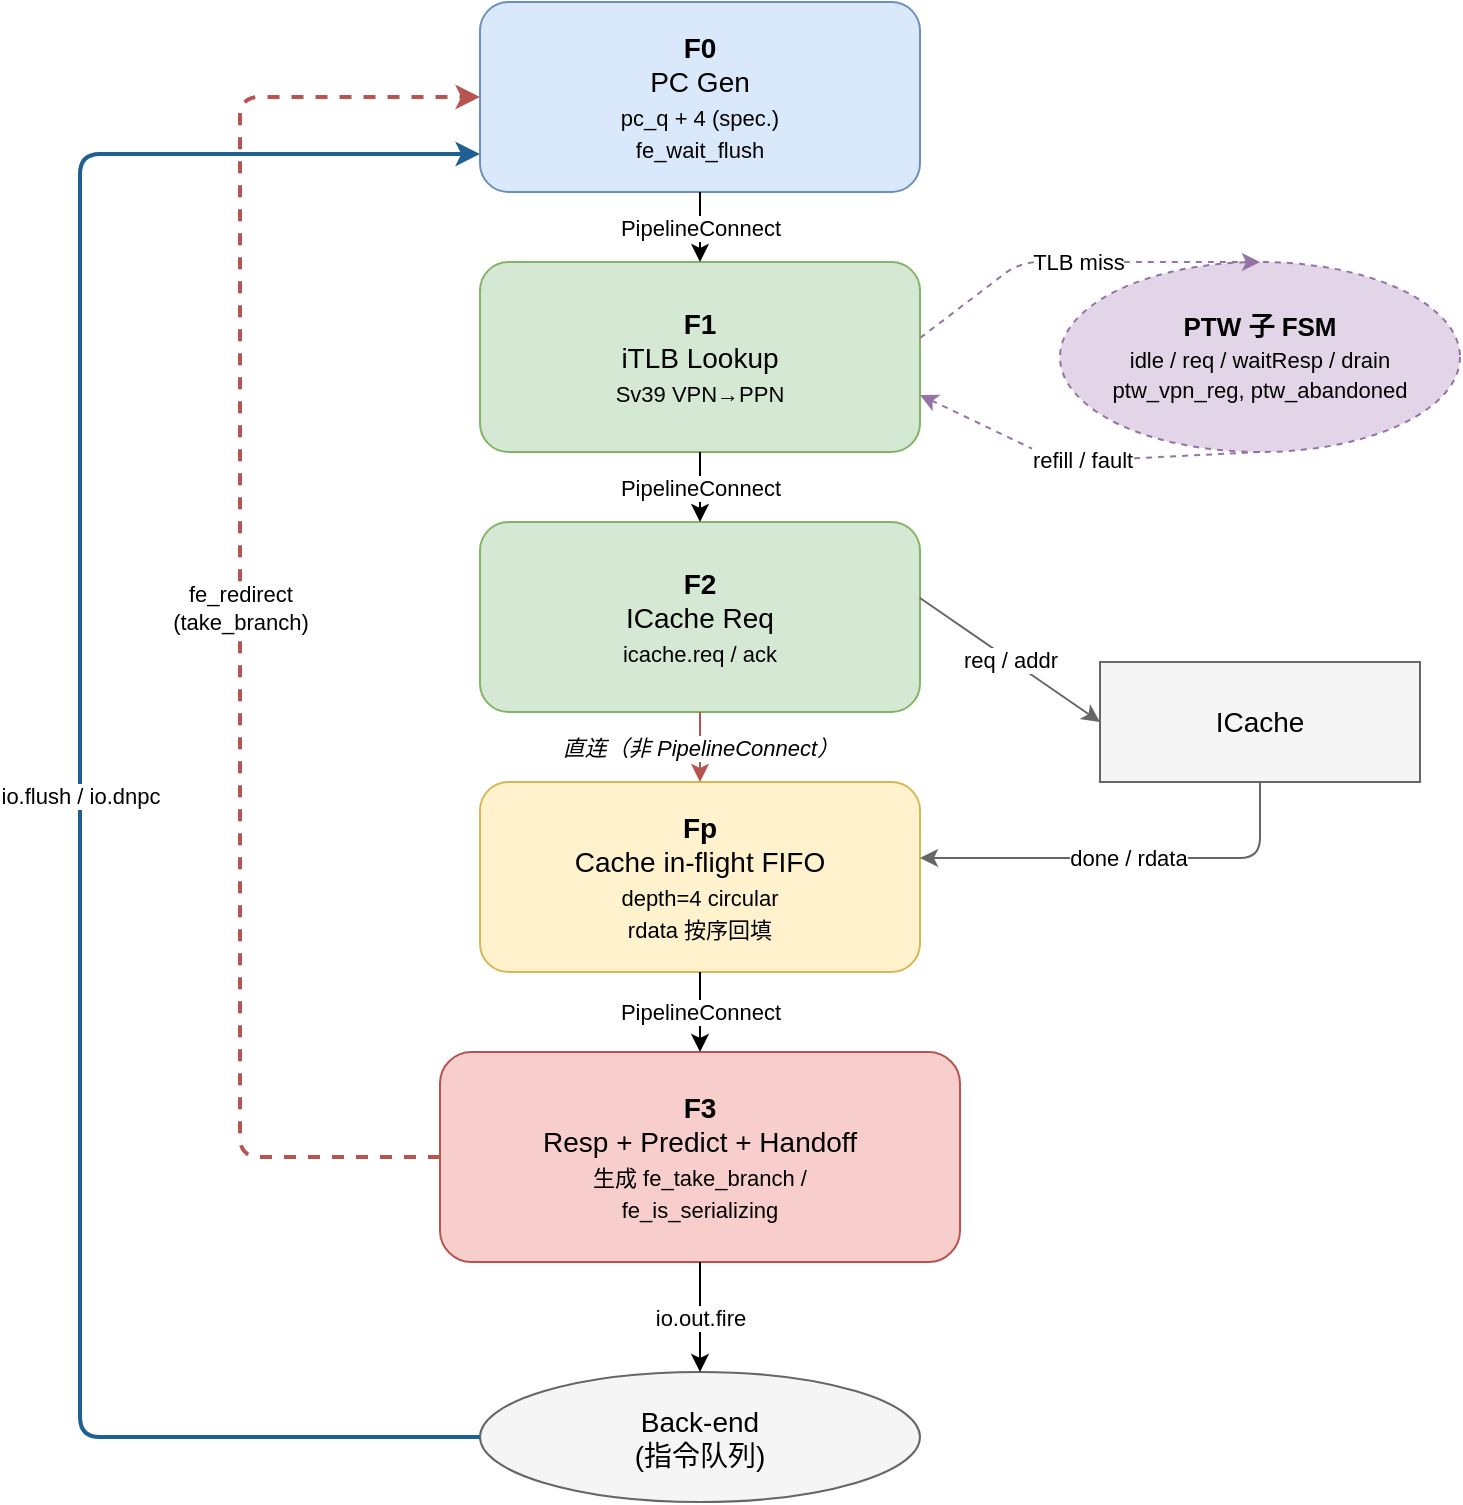
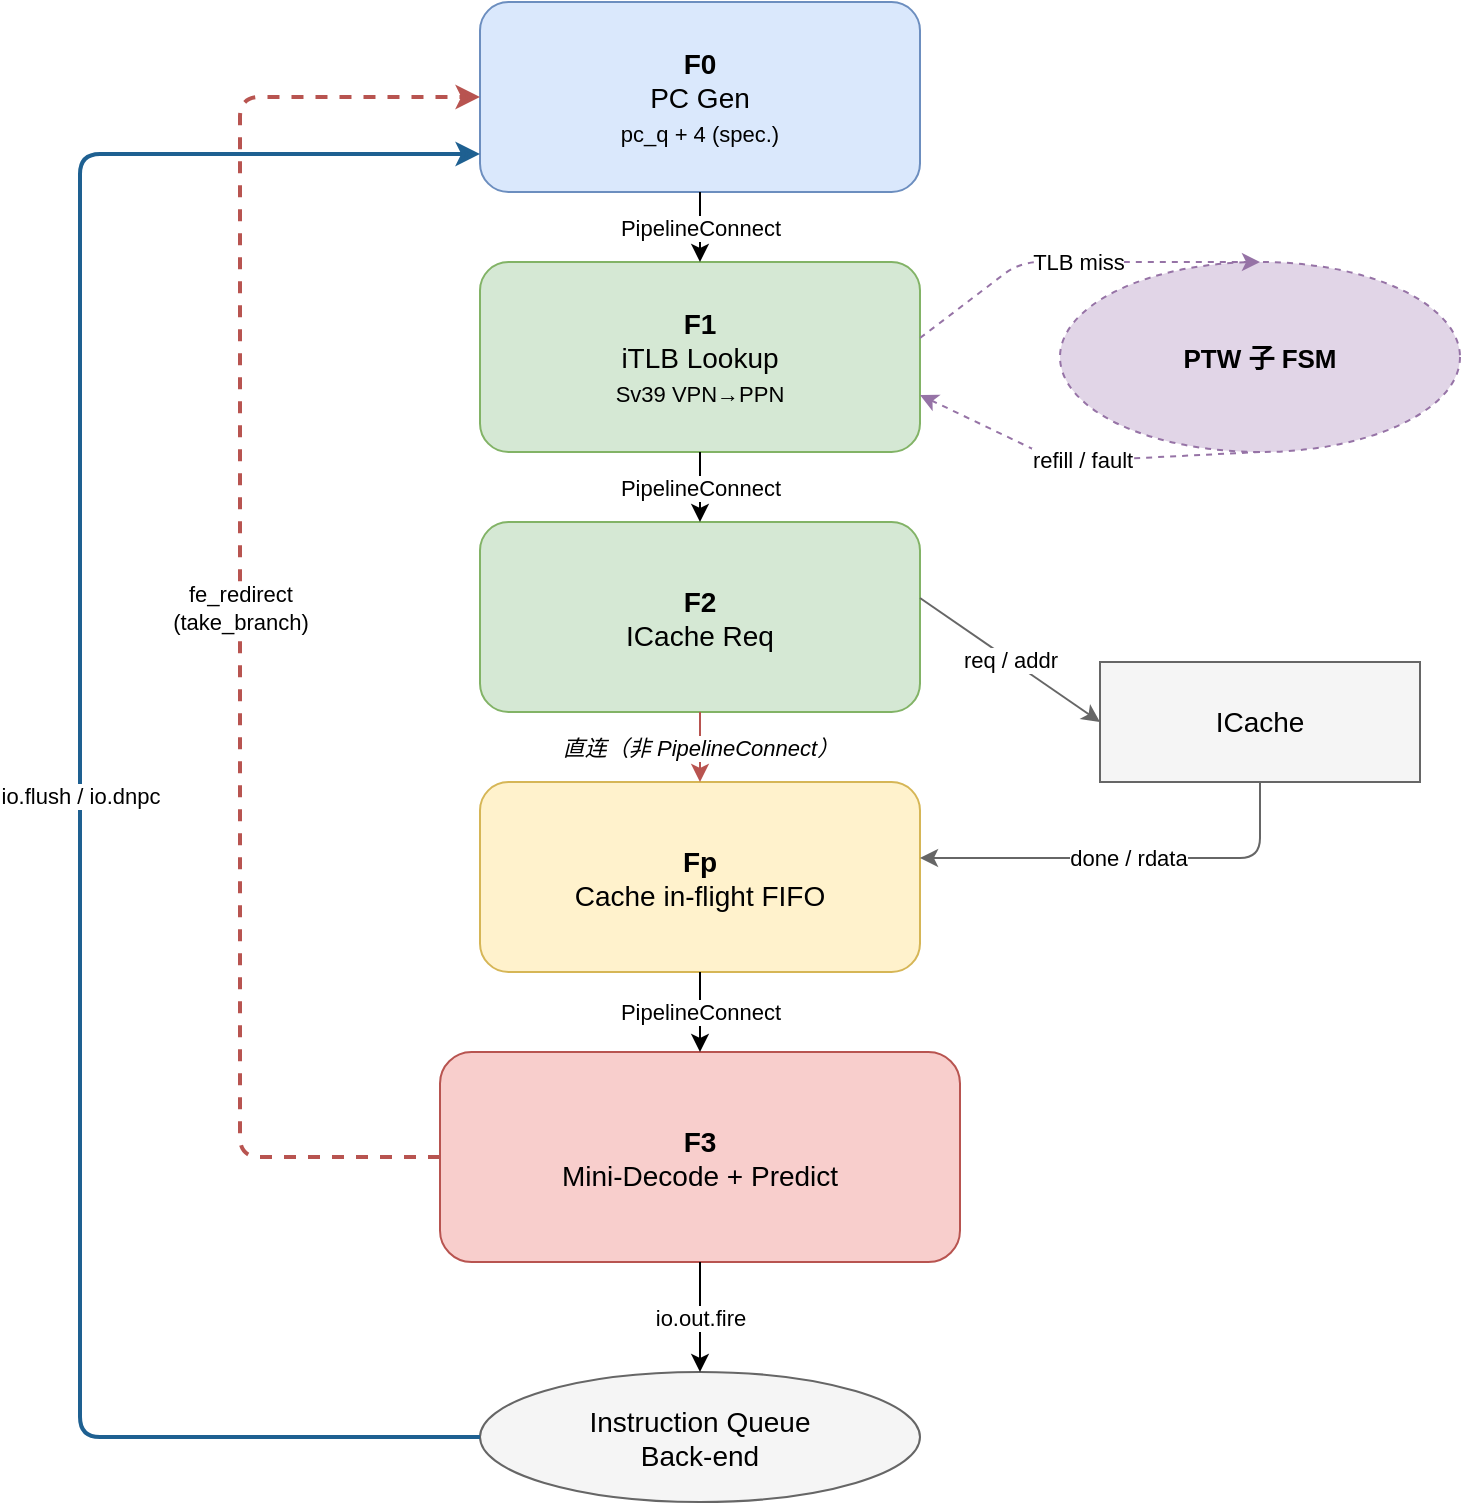
<mxfile host="65bd71144e">
    <diagram id="ifu-pipeline" name="IFU Pipeline">
-         <mxGraphModel dx="1094" dy="858" grid="1" gridSize="10" guides="1" tooltips="1" connect="1" arrows="1" fold="1" page="0" pageScale="1" pageWidth="800" pageHeight="820" math="0" shadow="0">
+         <mxGraphModel dx="966" dy="786" grid="1" gridSize="10" guides="1" tooltips="1" connect="1" arrows="1" fold="1" page="0" pageScale="1" pageWidth="800" pageHeight="820" math="0" shadow="0">
            <root>
                <mxCell id="0"/>
                <mxCell id="1" parent="0"/>
-                 <mxCell id="F0" value="&lt;b&gt;F0&lt;/b&gt;&lt;br&gt;PC Gen&lt;br&gt;&lt;font style=&quot;font-size:11px&quot;&gt;pc_q + 4 (spec.)&lt;br&gt;fe_wait_flush&lt;/font&gt;" style="rounded=1;whiteSpace=wrap;html=1;fillColor=#DAE8FC;strokeColor=#6C8EBF;fontSize=14;" parent="1" vertex="1">
+                 <mxCell id="F0" value="&lt;b&gt;F0&lt;/b&gt;&lt;br&gt;PC Gen&lt;br&gt;&lt;font style=&quot;font-size:11px&quot;&gt;pc_q + 4 (spec.)&lt;br&gt;&lt;/font&gt;" style="rounded=1;whiteSpace=wrap;html=1;fillColor=#DAE8FC;strokeColor=#6C8EBF;fontSize=14;" parent="1" vertex="1">
                    <mxGeometry x="300" y="30" width="220" height="95" as="geometry"/>
                </mxCell>
                <mxCell id="F1" value="&lt;b&gt;F1&lt;/b&gt;&lt;br&gt;iTLB Lookup&lt;br&gt;&lt;font style=&quot;font-size:11px&quot;&gt;Sv39 VPN→PPN&lt;/font&gt;" style="rounded=1;whiteSpace=wrap;html=1;fillColor=#D5E8D4;strokeColor=#82B366;fontSize=14;" parent="1" vertex="1">
                    <mxGeometry x="300" y="160" width="220" height="95" as="geometry"/>
                </mxCell>
-                 <mxCell id="F2" value="&lt;b&gt;F2&lt;/b&gt;&lt;br&gt;ICache Req&lt;br&gt;&lt;font style=&quot;font-size:11px&quot;&gt;icache.req / ack&lt;/font&gt;" style="rounded=1;whiteSpace=wrap;html=1;fillColor=#D5E8D4;strokeColor=#82B366;fontSize=14;" parent="1" vertex="1">
+                 <mxCell id="F2" value="&lt;b&gt;F2&lt;/b&gt;&lt;br&gt;ICache Req" style="rounded=1;whiteSpace=wrap;html=1;fillColor=#D5E8D4;strokeColor=#82B366;fontSize=14;" parent="1" vertex="1">
                    <mxGeometry x="300" y="290" width="220" height="95" as="geometry"/>
                </mxCell>
-                 <mxCell id="Fp" value="&lt;b&gt;Fp&lt;/b&gt;&lt;br&gt;Cache in-flight FIFO&lt;br&gt;&lt;font style=&quot;font-size:11px&quot;&gt;depth=4 circular&lt;br&gt;rdata 按序回填&lt;/font&gt;" style="rounded=1;whiteSpace=wrap;html=1;fillColor=#FFF2CC;strokeColor=#D6B656;fontSize=14;" parent="1" vertex="1">
+                 <mxCell id="Fp" value="&lt;b&gt;Fp&lt;/b&gt;&lt;br&gt;Cache in-flight FIFO&lt;font style=&quot;font-size:11px&quot;&gt;&lt;br&gt;&lt;/font&gt;" style="rounded=1;whiteSpace=wrap;html=1;fillColor=#FFF2CC;strokeColor=#D6B656;fontSize=14;" parent="1" vertex="1">
                    <mxGeometry x="300" y="420" width="220" height="95" as="geometry"/>
                </mxCell>
-                 <mxCell id="F3" value="&lt;b&gt;F3&lt;/b&gt;&lt;br&gt;Resp + Predict + Handoff&lt;br&gt;&lt;font style=&quot;font-size:11px&quot;&gt;生成 fe_take_branch /&lt;br&gt;fe_is_serializing&lt;/font&gt;" style="rounded=1;whiteSpace=wrap;html=1;fillColor=#F8CECC;strokeColor=#B85450;fontSize=14;" parent="1" vertex="1">
+                 <mxCell id="F3" value="&lt;b&gt;F3&lt;/b&gt;&lt;br&gt;Mini-Decode + Predict&lt;font style=&quot;font-size:11px&quot;&gt;&lt;br&gt;&lt;/font&gt;" style="rounded=1;whiteSpace=wrap;html=1;fillColor=#F8CECC;strokeColor=#B85450;fontSize=14;" parent="1" vertex="1">
                    <mxGeometry x="280" y="555" width="260" height="105" as="geometry"/>
                </mxCell>
-                 <mxCell id="BE" value="Back-end&#10;(指令队列)" style="ellipse;whiteSpace=wrap;html=1;fillColor=#F5F5F5;strokeColor=#666666;fontSize=14;" parent="1" vertex="1">
+                 <mxCell id="BE" value="Instruction Queue&lt;br&gt;Back-end" style="ellipse;whiteSpace=wrap;html=1;fillColor=#F5F5F5;strokeColor=#666666;fontSize=14;" parent="1" vertex="1">
                    <mxGeometry x="300" y="715" width="220" height="65" as="geometry"/>
                </mxCell>
-                 <mxCell id="PTW" value="&lt;b&gt;PTW 子 FSM&lt;/b&gt;&lt;br&gt;&lt;font style=&quot;font-size:11px&quot;&gt;idle / req / waitResp / drain&lt;br&gt;ptw_vpn_reg, ptw_abandoned&lt;/font&gt;" style="ellipse;whiteSpace=wrap;html=1;fillColor=#E1D5E7;strokeColor=#9673A6;dashed=1;fontSize=13;" parent="1" vertex="1">
+                 <mxCell id="PTW" value="&lt;b&gt;PTW 子 FSM&lt;/b&gt;&lt;font style=&quot;font-size:11px&quot;&gt;&lt;br&gt;&lt;/font&gt;" style="ellipse;whiteSpace=wrap;html=1;fillColor=#E1D5E7;strokeColor=#9673A6;dashed=1;fontSize=13;" parent="1" vertex="1">
                    <mxGeometry x="590" y="160" width="200" height="95" as="geometry"/>
                </mxCell>
                <mxCell id="ICache" value="ICache" style="rounded=0;whiteSpace=wrap;html=1;fillColor=#F5F5F5;strokeColor=#666666;fontSize=14;" parent="1" vertex="1">
                    <mxGeometry x="610" y="360" width="160" height="60" as="geometry"/>
                </mxCell>
                <mxCell id="e_F0_F1" value="PipelineConnect" style="endArrow=classic;html=1;fontSize=11;strokeColor=#000000;" parent="1" source="F0" target="F1" edge="1">
                    <mxGeometry relative="1" as="geometry"/>
                </mxCell>
                <mxCell id="e_F1_F2" value="PipelineConnect" style="endArrow=classic;html=1;fontSize=11;strokeColor=#000000;" parent="1" source="F1" target="F2" edge="1">
                    <mxGeometry relative="1" as="geometry"/>
                </mxCell>
                <mxCell id="e_F2_Fp" value="直连（非 PipelineConnect）" style="endArrow=classic;html=1;fontSize=11;strokeColor=#B85450;dashed=0;fontStyle=2;" parent="1" source="F2" target="Fp" edge="1">
                    <mxGeometry relative="1" as="geometry"/>
                </mxCell>
                <mxCell id="e_Fp_F3" value="PipelineConnect" style="endArrow=classic;html=1;fontSize=11;strokeColor=#000000;" parent="1" source="Fp" target="F3" edge="1">
                    <mxGeometry relative="1" as="geometry"/>
                </mxCell>
                <mxCell id="e_F1_PTW" value="TLB miss" style="endArrow=classic;html=1;fontSize=11;strokeColor=#9673A6;dashed=1;exitX=1;exitY=0.4;exitDx=0;exitDy=0;entryX=0.5;entryY=0;entryDx=0;entryDy=0;" parent="1" source="F1" target="PTW" edge="1">
                    <mxGeometry relative="1" as="geometry">
                        <Array as="points">
                            <mxPoint x="570" y="160"/>
                        </Array>
                    </mxGeometry>
                </mxCell>
                <mxCell id="e_PTW_F1" value="refill / fault" style="endArrow=classic;html=1;fontSize=11;strokeColor=#9673A6;dashed=1;exitX=0.5;exitY=1;exitDx=0;exitDy=0;entryX=1;entryY=0.7;entryDx=0;entryDy=0;" parent="1" source="PTW" target="F1" edge="1">
                    <mxGeometry relative="1" as="geometry">
                        <Array as="points">
                            <mxPoint x="590" y="260"/>
                        </Array>
                    </mxGeometry>
                </mxCell>
                <mxCell id="e_F2_ICache" value="req / addr" style="endArrow=classic;html=1;fontSize=11;strokeColor=#666666;exitX=1;exitY=0.4;exitDx=0;exitDy=0;entryX=0;entryY=0.5;entryDx=0;entryDy=0;" parent="1" source="F2" target="ICache" edge="1">
                    <mxGeometry relative="1" as="geometry"/>
                </mxCell>
                <mxCell id="e_ICache_Fp" value="done / rdata" style="endArrow=classic;html=1;fontSize=11;edgeStyle=orthogonalEdgeStyle;strokeColor=#666666;exitX=0.5;exitY=1;exitDx=0;exitDy=0;entryX=1;entryY=0.4;entryDx=0;entryDy=0;" parent="1" source="ICache" target="Fp" edge="1">
                    <mxGeometry relative="1" as="geometry">
                        <Array as="points">
                            <mxPoint x="690" y="458"/>
                        </Array>
                    </mxGeometry>
                </mxCell>
                <mxCell id="e_F3_BE" value="io.out.fire" style="endArrow=classic;html=1;fontSize=11;strokeColor=#000000;" parent="1" source="F3" target="BE" edge="1">
                    <mxGeometry relative="1" as="geometry"/>
                </mxCell>
                <mxCell id="e_fe_redirect" value="fe_redirect&lt;br&gt;(take_branch)" style="endArrow=classic;html=1;fontSize=11;edgeStyle=orthogonalEdgeStyle;strokeColor=#B85450;dashed=1;strokeWidth=2;exitX=0;exitY=0.5;exitDx=0;exitDy=0;entryX=0;entryY=0.5;entryDx=0;entryDy=0;" parent="1" source="F3" target="F0" edge="1">
                    <mxGeometry relative="1" as="geometry">
                        <Array as="points">
                            <mxPoint x="180" y="607"/>
                            <mxPoint x="180" y="77"/>
                        </Array>
                    </mxGeometry>
                </mxCell>
                <mxCell id="e_io_flush" value="io.flush / io.dnpc" style="endArrow=classic;html=1;fontSize=11;edgeStyle=orthogonalEdgeStyle;strokeColor=#1E6091;strokeWidth=2;exitX=0;exitY=0.5;exitDx=0;exitDy=0;entryX=0;entryY=0.8;entryDx=0;entryDy=0;" parent="1" source="BE" target="F0" edge="1">
                    <mxGeometry relative="1" as="geometry">
                        <Array as="points">
                            <mxPoint x="100" y="747"/>
                            <mxPoint x="100" y="106"/>
                        </Array>
                    </mxGeometry>
                </mxCell>
            </root>
        </mxGraphModel>
    </diagram>
</mxfile>